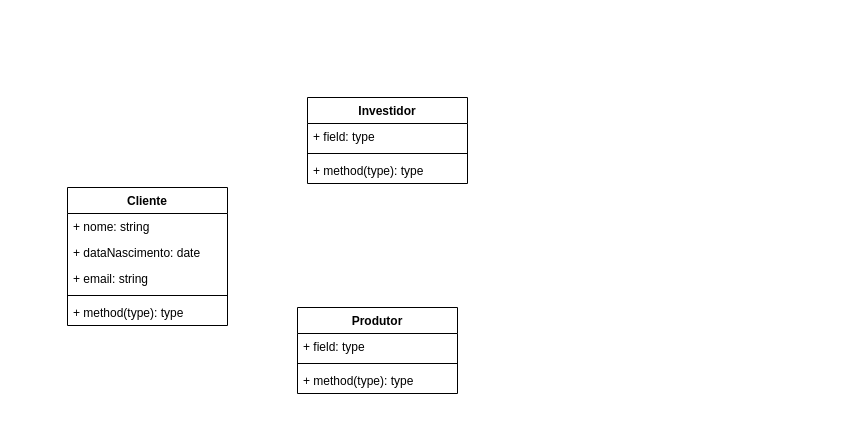
Earlier version of the draw.io diagram docs/diagramas/Classes.drawio (liliankelian/ON36-IJS-KLBank). Source tidied: cells renumbered, new cells numbered last; positions are measured from the earlier drawing's top-left corner, leaving out a move shared by most shapes. Both pictures are drawn from the tidied source at 100%, with x=0, y=0 at pixel (67, 97).
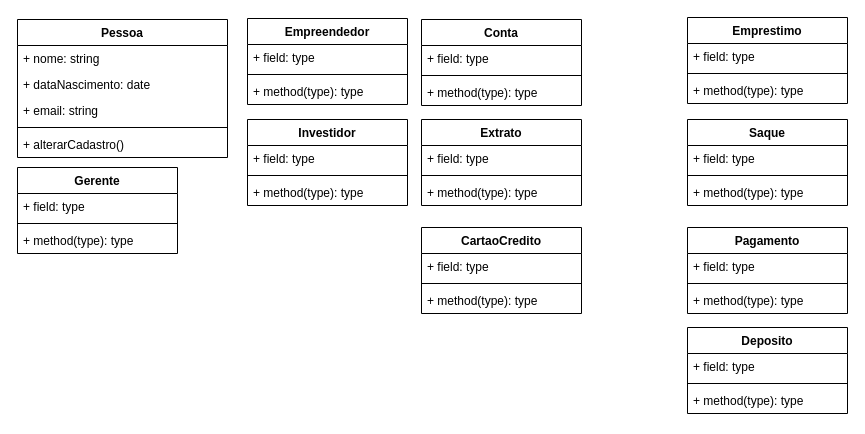
After the change.

Commit message:
Criação dos objetos

Change to the diagram source:
```diff
@@
-    <mxCell id="2" value="Cliente" style="swimlane;fontStyle=1;align=center;verticalAlign=top;horizontal=1;startSize=26;whiteSpace=wrap;html=1;" parent="1" vertex="1">
-      <mxGeometry y="90" width="160" height="138" as="geometry" />
+    <mxCell id="2" value="Pessoa" style="swimlane;fontStyle=1;align=center;verticalAlign=top;horizontal=1;startSize=26;whiteSpace=wrap;html=1;" parent="1" vertex="1">
+      <mxGeometry x="-50" y="-78" width="210" height="138" as="geometry" />
     </mxCell>
     <mxCell id="3" value="+ nome: string" style="text;strokeColor=none;fillColor=none;align=left;verticalAlign=top;spacingLeft=4;spacingRight=4;overflow=hidden;whiteSpace=wrap;html=1;" parent="2" vertex="1">
-      <mxGeometry y="26" width="160" height="26" as="geometry" />
+      <mxGeometry y="26" width="210" height="26" as="geometry" />
     </mxCell>
     <mxCell id="4" value="+ dataNascimento: date" style="text;strokeColor=none;fillColor=none;align=left;verticalAlign=top;spacingLeft=4;spacingRight=4;overflow=hidden;whiteSpace=wrap;html=1;" parent="2" vertex="1">
-      <mxGeometry y="52" width="160" height="26" as="geometry" />
+      <mxGeometry y="52" width="210" height="26" as="geometry" />
     </mxCell>
     <mxCell id="5" value="+ email: string" style="text;strokeColor=none;fillColor=none;align=left;verticalAlign=top;spacingLeft=4;spacingRight=4;overflow=hidden;whiteSpace=wrap;html=1;" parent="2" vertex="1">
-      <mxGeometry y="78" width="160" height="26" as="geometry" />
+      <mxGeometry y="78" width="210" height="26" as="geometry" />
     </mxCell>
     <mxCell id="6" style="line;strokeWidth=1;fillColor=none;align=left;verticalAlign=middle;spacingTop=-1;spacingLeft=3;spacingRight=3;labelPosition=right;strokeColor=inherit;" parent="2" vertex="1">
-      <mxGeometry y="104" width="160" height="8" as="geometry" />
+      <mxGeometry y="104" width="210" height="8" as="geometry" />
     </mxCell>
-    <mxCell id="7" value="+ method(type): type" style="text;strokeColor=none;fillColor=none;align=left;verticalAlign=top;spacingLeft=4;spacingRight=4;overflow=hidden;whiteSpace=wrap;html=1;" parent="2" vertex="1">
-      <mxGeometry y="112" width="160" height="26" as="geometry" />
-    </mxCell>
+    <mxCell id="16" value="+ alterarCadastro()" style="text;strokeColor=none;fillColor=none;align=left;verticalAlign=top;spacingLeft=4;spacingRight=4;overflow=hidden;whiteSpace=wrap;html=1;" parent="2" vertex="1">
+      <mxGeometry y="112" width="210" height="26" as="geometry" />
+    </mxCell>
     <mxCell id="8" value="Investidor" style="swimlane;fontStyle=1;align=center;verticalAlign=top;horizontal=1;startSize=26;whiteSpace=wrap;html=1;" parent="1" vertex="1">
-      <mxGeometry x="240" width="160" height="86" as="geometry" />
+      <mxGeometry x="180" y="22" width="160" height="86" as="geometry" />
     </mxCell>
@@
-    <mxCell id="12" value="Produtor" style="swimlane;fontStyle=1;align=center;verticalAlign=top;horizontal=1;startSize=26;whiteSpace=wrap;html=1;" parent="1" vertex="1">
-      <mxGeometry x="230" y="210" width="160" height="86" as="geometry" />
+    <mxCell id="12" value="Empreendedor" style="swimlane;fontStyle=1;align=center;verticalAlign=top;horizontal=1;startSize=26;whiteSpace=wrap;html=1;" parent="1" vertex="1">
+      <mxGeometry x="180" y="-79" width="160" height="86" as="geometry" />
     </mxCell>
@@
+    <mxCell id="17" value="Gerente" style="swimlane;fontStyle=1;align=center;verticalAlign=top;horizontal=1;startSize=26;whiteSpace=wrap;html=1;" parent="1" vertex="1">
+      <mxGeometry x="-50" y="70" width="160" height="86" as="geometry" />
+    </mxCell>
+    <mxCell id="18" value="+ field: type" style="text;strokeColor=none;fillColor=none;align=left;verticalAlign=top;spacingLeft=4;spacingRight=4;overflow=hidden;whiteSpace=wrap;html=1;" parent="17" vertex="1">
+      <mxGeometry y="26" width="160" height="26" as="geometry" />
+    </mxCell>
+    <mxCell id="19" style="line;strokeWidth=1;fillColor=none;align=left;verticalAlign=middle;spacingTop=-1;spacingLeft=3;spacingRight=3;labelPosition=right;strokeColor=inherit;" parent="17" vertex="1">
+      <mxGeometry y="52" width="160" height="8" as="geometry" />
+    </mxCell>
+    <mxCell id="20" value="+ method(type): type" style="text;strokeColor=none;fillColor=none;align=left;verticalAlign=top;spacingLeft=4;spacingRight=4;overflow=hidden;whiteSpace=wrap;html=1;" parent="17" vertex="1">
+      <mxGeometry y="60" width="160" height="26" as="geometry" />
+    </mxCell>
+    <mxCell id="21" value="Conta" style="swimlane;fontStyle=1;align=center;verticalAlign=top;horizontal=1;startSize=26;whiteSpace=wrap;html=1;" parent="1" vertex="1">
+      <mxGeometry x="354" y="-78" width="160" height="86" as="geometry" />
+    </mxCell>
+    <mxCell id="22" value="+ field: type" style="text;strokeColor=none;fillColor=none;align=left;verticalAlign=top;spacingLeft=4;spacingRight=4;overflow=hidden;whiteSpace=wrap;html=1;" parent="21" vertex="1">
+      <mxGeometry y="26" width="160" height="26" as="geometry" />
+    </mxCell>
+    <mxCell id="23" style="line;strokeWidth=1;fillColor=none;align=left;verticalAlign=middle;spacingTop=-1;spacingLeft=3;spacingRight=3;labelPosition=right;strokeColor=inherit;" parent="21" vertex="1">
+      <mxGeometry y="52" width="160" height="8" as="geometry" />
+    </mxCell>
+    <mxCell id="24" value="+ method(type): type" style="text;strokeColor=none;fillColor=none;align=left;verticalAlign=top;spacingLeft=4;spacingRight=4;overflow=hidden;whiteSpace=wrap;html=1;" parent="21" vertex="1">
+      <mxGeometry y="60" width="160" height="26" as="geometry" />
+    </mxCell>
+    <mxCell id="25" value="Deposito" style="swimlane;fontStyle=1;align=center;verticalAlign=top;horizontal=1;startSize=26;whiteSpace=wrap;html=1;" parent="1" vertex="1">
+      <mxGeometry x="620" y="230" width="160" height="86" as="geometry" />
+    </mxCell>
+    <mxCell id="26" value="+ field: type" style="text;strokeColor=none;fillColor=none;align=left;verticalAlign=top;spacingLeft=4;spacingRight=4;overflow=hidden;whiteSpace=wrap;html=1;" parent="25" vertex="1">
+      <mxGeometry y="26" width="160" height="26" as="geometry" />
+    </mxCell>
+    <mxCell id="27" style="line;strokeWidth=1;fillColor=none;align=left;verticalAlign=middle;spacingTop=-1;spacingLeft=3;spacingRight=3;labelPosition=right;strokeColor=inherit;" parent="25" vertex="1">
+      <mxGeometry y="52" width="160" height="8" as="geometry" />
+    </mxCell>
+    <mxCell id="28" value="+ method(type): type" style="text;strokeColor=none;fillColor=none;align=left;verticalAlign=top;spacingLeft=4;spacingRight=4;overflow=hidden;whiteSpace=wrap;html=1;" parent="25" vertex="1">
+      <mxGeometry y="60" width="160" height="26" as="geometry" />
+    </mxCell>
+    <mxCell id="29" value="Emprestimo" style="swimlane;fontStyle=1;align=center;verticalAlign=top;horizontal=1;startSize=26;whiteSpace=wrap;html=1;" parent="1" vertex="1">
+      <mxGeometry x="620" y="-80" width="160" height="86" as="geometry" />
+    </mxCell>
+    <mxCell id="30" value="+ field: type" style="text;strokeColor=none;fillColor=none;align=left;verticalAlign=top;spacingLeft=4;spacingRight=4;overflow=hidden;whiteSpace=wrap;html=1;" parent="29" vertex="1">
+      <mxGeometry y="26" width="160" height="26" as="geometry" />
+    </mxCell>
+    <mxCell id="31" style="line;strokeWidth=1;fillColor=none;align=left;verticalAlign=middle;spacingTop=-1;spacingLeft=3;spacingRight=3;labelPosition=right;strokeColor=inherit;" parent="29" vertex="1">
+      <mxGeometry y="52" width="160" height="8" as="geometry" />
+    </mxCell>
+    <mxCell id="32" value="+ method(type): type" style="text;strokeColor=none;fillColor=none;align=left;verticalAlign=top;spacingLeft=4;spacingRight=4;overflow=hidden;whiteSpace=wrap;html=1;" parent="29" vertex="1">
+      <mxGeometry y="60" width="160" height="26" as="geometry" />
+    </mxCell>
+    <mxCell id="33" value="Saque" style="swimlane;fontStyle=1;align=center;verticalAlign=top;horizontal=1;startSize=26;whiteSpace=wrap;html=1;" parent="1" vertex="1">
+      <mxGeometry x="620" y="22" width="160" height="86" as="geometry" />
+    </mxCell>
+    <mxCell id="34" value="+ field: type" style="text;strokeColor=none;fillColor=none;align=left;verticalAlign=top;spacingLeft=4;spacingRight=4;overflow=hidden;whiteSpace=wrap;html=1;" parent="33" vertex="1">
+      <mxGeometry y="26" width="160" height="26" as="geometry" />
+    </mxCell>
+    <mxCell id="35" style="line;strokeWidth=1;fillColor=none;align=left;verticalAlign=middle;spacingTop=-1;spacingLeft=3;spacingRight=3;labelPosition=right;strokeColor=inherit;" parent="33" vertex="1">
+      <mxGeometry y="52" width="160" height="8" as="geometry" />
+    </mxCell>
+    <mxCell id="36" value="+ method(type): type" style="text;strokeColor=none;fillColor=none;align=left;verticalAlign=top;spacingLeft=4;spacingRight=4;overflow=hidden;whiteSpace=wrap;html=1;" parent="33" vertex="1">
+      <mxGeometry y="60" width="160" height="26" as="geometry" />
+    </mxCell>
+    <mxCell id="37" value="Pagamento" style="swimlane;fontStyle=1;align=center;verticalAlign=top;horizontal=1;startSize=26;whiteSpace=wrap;html=1;" parent="1" vertex="1">
+      <mxGeometry x="620" y="130" width="160" height="86" as="geometry" />
+    </mxCell>
+    <mxCell id="38" value="+ field: type" style="text;strokeColor=none;fillColor=none;align=left;verticalAlign=top;spacingLeft=4;spacingRight=4;overflow=hidden;whiteSpace=wrap;html=1;" parent="37" vertex="1">
+      <mxGeometry y="26" width="160" height="26" as="geometry" />
+    </mxCell>
+    <mxCell id="39" style="line;strokeWidth=1;fillColor=none;align=left;verticalAlign=middle;spacingTop=-1;spacingLeft=3;spacingRight=3;labelPosition=right;strokeColor=inherit;" parent="37" vertex="1">
+      <mxGeometry y="52" width="160" height="8" as="geometry" />
+    </mxCell>
+    <mxCell id="40" value="+ method(type): type" style="text;strokeColor=none;fillColor=none;align=left;verticalAlign=top;spacingLeft=4;spacingRight=4;overflow=hidden;whiteSpace=wrap;html=1;" parent="37" vertex="1">
+      <mxGeometry y="60" width="160" height="26" as="geometry" />
+    </mxCell>
+    <mxCell id="41" value="CartaoCredito" style="swimlane;fontStyle=1;align=center;verticalAlign=top;horizontal=1;startSize=26;whiteSpace=wrap;html=1;" parent="1" vertex="1">
+      <mxGeometry x="354" y="130" width="160" height="86" as="geometry" />
+    </mxCell>
+    <mxCell id="42" value="+ field: type" style="text;strokeColor=none;fillColor=none;align=left;verticalAlign=top;spacingLeft=4;spacingRight=4;overflow=hidden;whiteSpace=wrap;html=1;" parent="41" vertex="1">
+      <mxGeometry y="26" width="160" height="26" as="geometry" />
+    </mxCell>
+    <mxCell id="43" style="line;strokeWidth=1;fillColor=none;align=left;verticalAlign=middle;spacingTop=-1;spacingLeft=3;spacingRight=3;labelPosition=right;strokeColor=inherit;" parent="41" vertex="1">
+      <mxGeometry y="52" width="160" height="8" as="geometry" />
+    </mxCell>
+    <mxCell id="44" value="+ method(type): type" style="text;strokeColor=none;fillColor=none;align=left;verticalAlign=top;spacingLeft=4;spacingRight=4;overflow=hidden;whiteSpace=wrap;html=1;" parent="41" vertex="1">
+      <mxGeometry y="60" width="160" height="26" as="geometry" />
+    </mxCell>
+    <mxCell id="45" value="Extrato" style="swimlane;fontStyle=1;align=center;verticalAlign=top;horizontal=1;startSize=26;whiteSpace=wrap;html=1;" parent="1" vertex="1">
+      <mxGeometry x="354" y="22" width="160" height="86" as="geometry" />
+    </mxCell>
+    <mxCell id="46" value="+ field: type" style="text;strokeColor=none;fillColor=none;align=left;verticalAlign=top;spacingLeft=4;spacingRight=4;overflow=hidden;whiteSpace=wrap;html=1;" parent="45" vertex="1">
+      <mxGeometry y="26" width="160" height="26" as="geometry" />
+    </mxCell>
+    <mxCell id="47" style="line;strokeWidth=1;fillColor=none;align=left;verticalAlign=middle;spacingTop=-1;spacingLeft=3;spacingRight=3;labelPosition=right;strokeColor=inherit;" parent="45" vertex="1">
+      <mxGeometry y="52" width="160" height="8" as="geometry" />
+    </mxCell>
+    <mxCell id="48" value="+ method(type): type" style="text;strokeColor=none;fillColor=none;align=left;verticalAlign=top;spacingLeft=4;spacingRight=4;overflow=hidden;whiteSpace=wrap;html=1;" parent="45" vertex="1">
+      <mxGeometry y="60" width="160" height="26" as="geometry" />
+    </mxCell>
```
